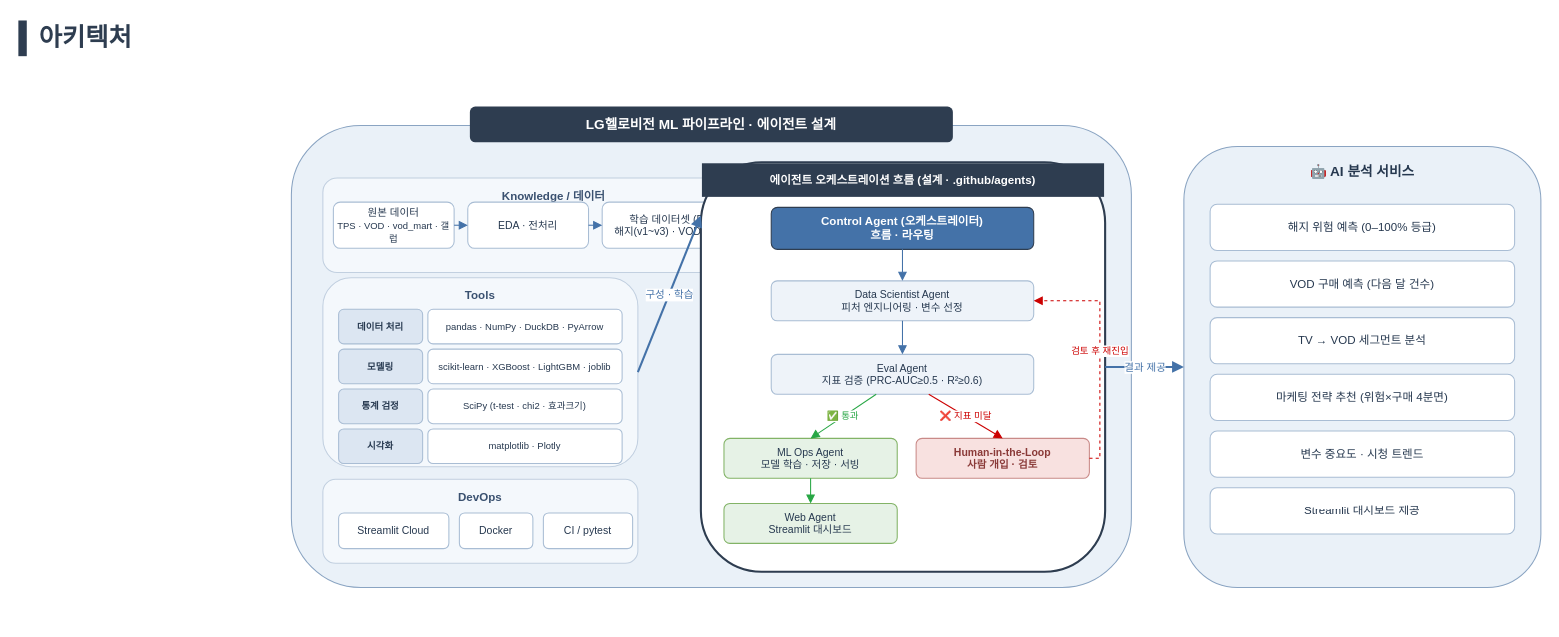
Earlier version of the draw.io diagram docs/architecture.drawio (dkswndus/lg_hellovision_dx_data_school_01). Source tidied: cells renumbered, new cells numbered last; positions are measured from the earlier drawing's top-left corner, leaving out a move shared by most shapes. Both pictures are drawn from the tidied source at 105%, with x=0, y=0 at pixel (18, 18).
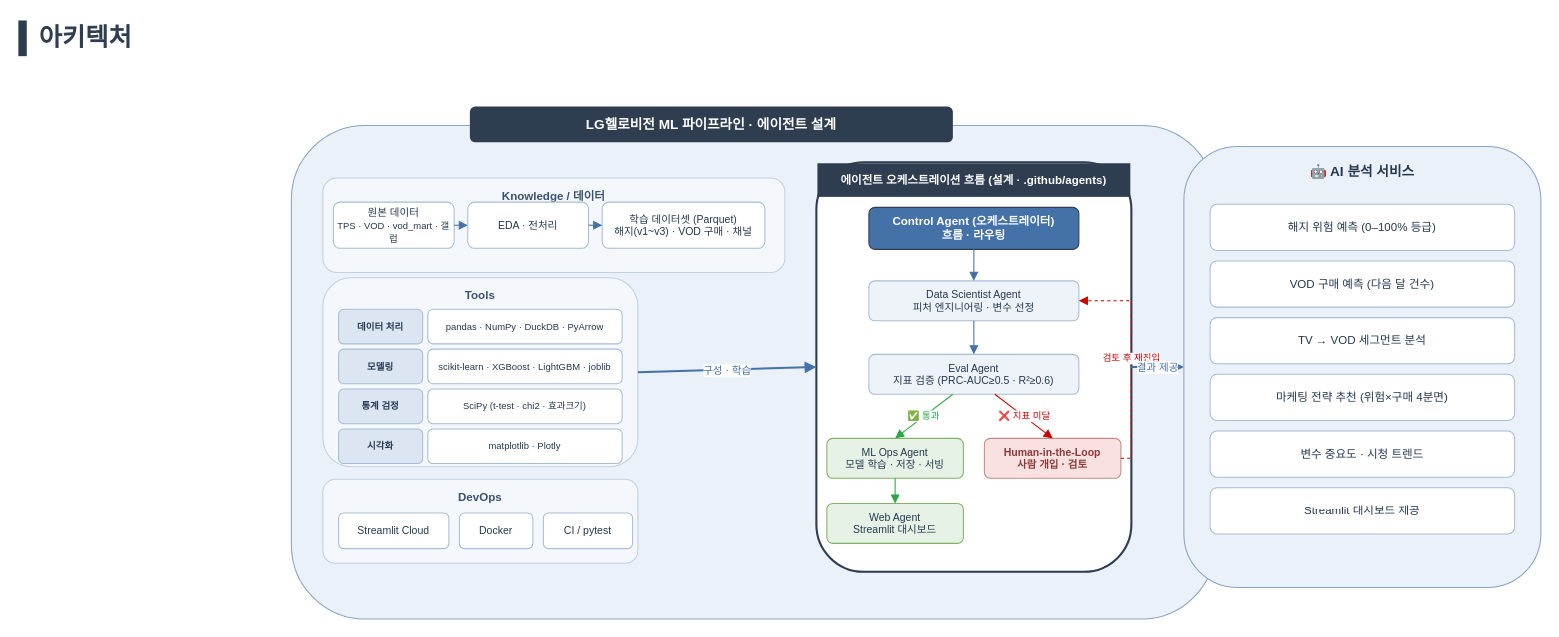
The same page after the edit.

Commit message:
fix: studio 박스 확장 및 구성학습 화살표 경로 수정

- studio: w=800→880, h=440→470 (agentBox 주변 여유 공간 확보)
- f3(구성·학습) 화살표: entryY=0.13→0.5 (agentBox 상단 진입 → 중앙 진입, grpKnow 가림 해소)

The change refers to these unchanged cells:
```xml
<mxCell id="12" value="Tools" style="rounded=1;whiteSpace=wrap;html=1;fillColor=#F4F8FC;strokeColor=#C2D0E0;verticalAlign=top;align=center;fontStyle=1;fontSize=11;fontColor=#3A5170;spacingTop=4;" parent="1" vertex="1">
  <mxGeometry x="290" y="247" width="300" height="180" as="geometry" />
</mxCell>
```

Change to the diagram source:
```diff
@@
     <mxCell id="4" style="rounded=1;whiteSpace=wrap;html=1;fillColor=#EAF1F8;strokeColor=#8AA4C2;verticalAlign=top;" parent="1" vertex="1">
-      <mxGeometry x="260" y="102" width="800" height="440" as="geometry" />
+      <mxGeometry x="260" y="102" width="880" height="470" as="geometry" />
     </mxCell>
@@
     <mxCell id="25" style="rounded=1;whiteSpace=wrap;html=1;fillColor=#FFFFFF;strokeColor=#2E3D50;strokeWidth=2;" parent="1" vertex="1">
-      <mxGeometry x="650" y="137" width="385" height="390" as="geometry" />
+      <mxGeometry x="760" y="137" width="300" height="390" as="geometry" />
     </mxCell>
     <mxCell id="26" value="에이전트 오케스트레이션 흐름 (설계 · .github/agents)" style="rounded=0;whiteSpace=wrap;html=1;fillColor=#2E3D50;strokeColor=none;fontColor=#FFFFFF;fontStyle=1;fontSize=11;align=center;verticalAlign=middle;" parent="1" vertex="1">
-      <mxGeometry x="651" y="138" width="383" height="32" as="geometry" />
+      <mxGeometry x="761" y="138" width="298" height="32" as="geometry" />
     </mxCell>
     <mxCell id="27" value="Control Agent (오케스트레이터)&#10;흐름 · 라우팅" style="rounded=1;whiteSpace=wrap;html=1;fillColor=#4472A8;strokeColor=#2E3D50;fontSize=11;fontColor=#FFFFFF;fontStyle=1;" parent="1" vertex="1">
-      <mxGeometry x="717" y="180" width="250" height="40" as="geometry" />
+      <mxGeometry x="810" y="180" width="200" height="40" as="geometry" />
     </mxCell>
     <mxCell id="28" value="Data Scientist Agent&#10;피처 엔지니어링 · 변수 선정" style="rounded=1;whiteSpace=wrap;html=1;fillColor=#EEF3F9;strokeColor=#A9BDD4;fontSize=10;fontColor=#26384F;" parent="1" vertex="1">
-      <mxGeometry x="717" y="250" width="250" height="38" as="geometry" />
+      <mxGeometry x="810" y="250" width="200" height="38" as="geometry" />
     </mxCell>
     <mxCell id="29" value="Eval Agent&#10;지표 검증 (PRC-AUC≥0.5 · R²≥0.6)" style="rounded=1;whiteSpace=wrap;html=1;fillColor=#EEF3F9;strokeColor=#A9BDD4;fontSize=10;fontColor=#26384F;" parent="1" vertex="1">
-      <mxGeometry x="717" y="320" width="250" height="38" as="geometry" />
+      <mxGeometry x="810" y="320" width="200" height="38" as="geometry" />
     </mxCell>
     <mxCell id="30" value="ML Ops Agent&#10;모델 학습 · 저장 · 서빙" style="rounded=1;whiteSpace=wrap;html=1;fillColor=#E6F2E6;strokeColor=#82B366;fontSize=10;fontColor=#26384F;" parent="1" vertex="1">
-      <mxGeometry x="672" y="400" width="165" height="38" as="geometry" />
+      <mxGeometry x="770" y="400" width="130" height="38" as="geometry" />
     </mxCell>
     <mxCell id="31" value="Web Agent&#10;Streamlit 대시보드" style="rounded=1;whiteSpace=wrap;html=1;fillColor=#E6F2E6;strokeColor=#82B366;fontSize=10;fontColor=#26384F;" parent="1" vertex="1">
-      <mxGeometry x="672" y="462" width="165" height="38" as="geometry" />
+      <mxGeometry x="770" y="462" width="130" height="38" as="geometry" />
     </mxCell>
     <mxCell id="32" value="Human-in-the-Loop&#10;사람 개입 · 검토" style="rounded=1;whiteSpace=wrap;html=1;fillColor=#F8E1E0;strokeColor=#C98A88;fontSize=10;fontColor=#8A3A38;fontStyle=1;" parent="1" vertex="1">
-      <mxGeometry x="855" y="400" width="165" height="38" as="geometry" />
+      <mxGeometry x="920" y="400" width="130" height="38" as="geometry" />
     </mxCell>
@@
-    <mxCell id="46" value="구성 · 학습" style="html=1;endArrow=block;strokeColor=#4472A8;strokeWidth=2;fontSize=10;fontColor=#4472A8;exitX=1;exitY=0.5;exitDx=0;exitDy=0;entryX=0;entryY=0.13;entryDx=0;entryDy=0;" parent="1" edge="1" source="12" target="25">
+    <mxCell id="46" value="구성 · 학습" style="html=1;endArrow=block;strokeColor=#4472A8;strokeWidth=2;fontSize=10;fontColor=#4472A8;exitX=1;exitY=0.5;exitDx=0;exitDy=0;entryX=0;entryY=0.5;entryDx=0;entryDy=0;" parent="1" edge="1" source="12" target="25">
       <mxGeometry relative="1" as="geometry" />
     </mxCell>
```
